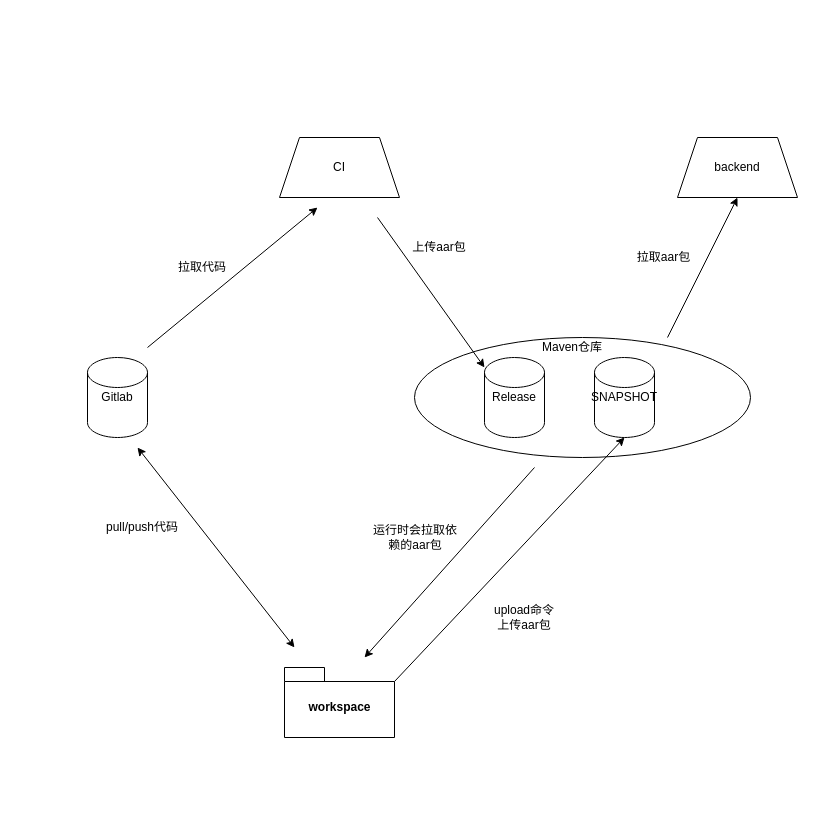
Before: Untitled Diagram.drawio in 892848153/picRepo, a draw.io diagram. Source tidied: cells renumbered, new cells numbered last; positions are measured from the earlier drawing's top-left corner, leaving out a move shared by most shapes. Both pictures are drawn from the tidied source at 100%, with x=0, y=0 at pixel (87, 137).
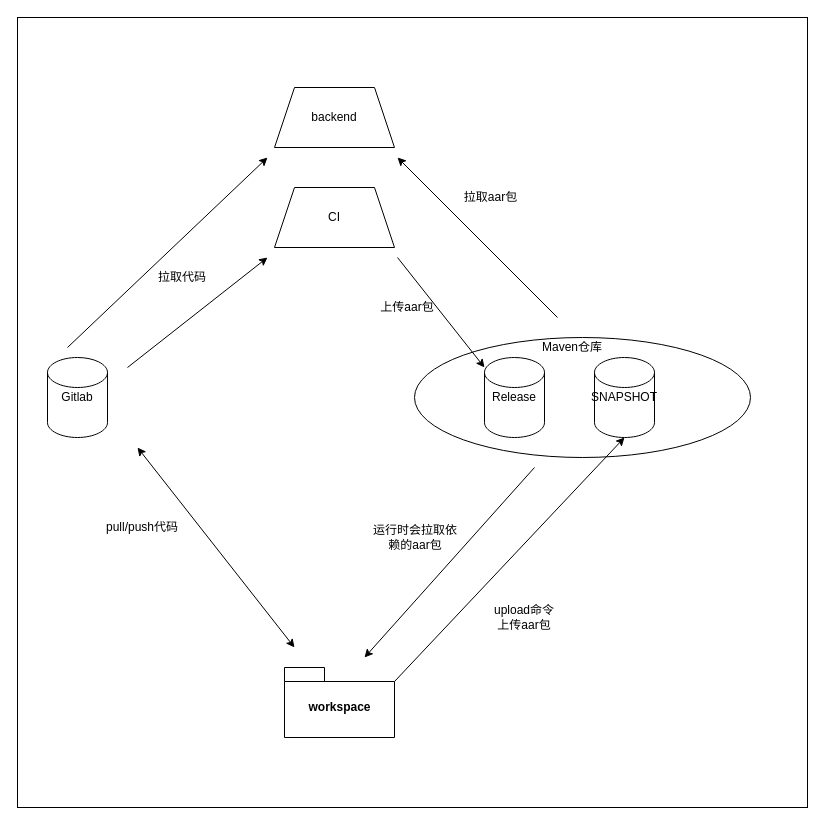
Above is the later version.

Diff of the diagram source:
```diff
@@
+    <mxCell id="22" style="whiteSpace=wrap;html=1;" parent="1" vertex="1">
+      <mxGeometry x="-70" y="-120" width="790" height="790" as="geometry" />
+    </mxCell>
@@
     <mxCell id="5" value="Gitlab" style="shape=cylinder2;whiteSpace=wrap;html=1;boundedLbl=1;backgroundOutline=1;size=15;" parent="1" vertex="1">
-      <mxGeometry y="220" width="60" height="80" as="geometry" />
+      <mxGeometry x="-40" y="220" width="60" height="80" as="geometry" />
     </mxCell>
@@
     <mxCell id="7" value="CI" style="shape=trapezoid;perimeter=trapezoidPerimeter;whiteSpace=wrap;html=1;fixedSize=1;" parent="1" vertex="1">
-      <mxGeometry x="192" width="120" height="60" as="geometry" />
+      <mxGeometry x="187" y="50" width="120" height="60" as="geometry" />
     </mxCell>
@@
     <mxCell id="13" style="endArrow=classic;html=1;" parent="1" edge="1">
       <mxGeometry relative="1" as="geometry">
-        <mxPoint x="60" y="210" as="sourcePoint" />
-        <mxPoint x="230" y="70" as="targetPoint" />
+        <mxPoint x="40" y="230" as="sourcePoint" />
+        <mxPoint x="180" y="120" as="targetPoint" />
       </mxGeometry>
     </mxCell>
     <mxCell id="14" value="拉取代码" style="text;html=1;strokeColor=none;fillColor=none;align=center;verticalAlign=middle;whiteSpace=wrap;rounded=0;" parent="1" vertex="1">
-      <mxGeometry x="80" y="120" width="70" height="20" as="geometry" />
+      <mxGeometry x="60" y="130" width="70" height="20" as="geometry" />
     </mxCell>
     <mxCell id="15" style="endArrow=classic;html=1;" parent="1" edge="1">
       <mxGeometry relative="1" as="geometry">
-        <mxPoint x="290" y="80" as="sourcePoint" />
+        <mxPoint x="310" y="120" as="sourcePoint" />
         <mxPoint x="397" y="230" as="targetPoint" />
       </mxGeometry>
     </mxCell>
     <mxCell id="16" value="上传aar包" style="text;html=1;strokeColor=none;fillColor=none;align=center;verticalAlign=middle;whiteSpace=wrap;rounded=0;" parent="1" vertex="1">
-      <mxGeometry x="312" y="100" width="80" height="20" as="geometry" />
+      <mxGeometry x="280" y="160" width="80" height="20" as="geometry" />
     </mxCell>
@@
     <mxCell id="19" value="backend" style="shape=trapezoid;perimeter=trapezoidPerimeter;whiteSpace=wrap;html=1;fixedSize=1;" parent="1" vertex="1">
-      <mxGeometry x="590" width="120" height="60" as="geometry" />
+      <mxGeometry x="187" y="-50" width="120" height="60" as="geometry" />
     </mxCell>
     <mxCell id="20" value="拉取aar包" style="text;html=1;strokeColor=none;fillColor=none;align=center;verticalAlign=middle;whiteSpace=wrap;rounded=0;" parent="1" vertex="1">
-      <mxGeometry x="540" y="110" width="73" height="20" as="geometry" />
+      <mxGeometry x="367" y="50" width="73" height="20" as="geometry" />
     </mxCell>
-    <mxCell id="21" style="endArrow=classic;html=1;entryX=0.5;entryY=1;entryDx=0;entryDy=0;" parent="1" edge="1" target="19">
+    <mxCell id="21" style="endArrow=classic;html=1;" parent="1" edge="1">
       <mxGeometry relative="1" as="geometry">
-        <mxPoint x="580" y="200" as="sourcePoint" />
+        <mxPoint x="470" y="180" as="sourcePoint" />
+        <mxPoint x="310" y="20" as="targetPoint" />
       </mxGeometry>
     </mxCell>
+    <mxCell id="23" style="endArrow=classic;html=1;" parent="1" edge="1">
+      <mxGeometry relative="1" as="geometry">
+        <mxPoint x="-20" y="210" as="sourcePoint" />
+        <mxPoint x="180" y="20" as="targetPoint" />
+      </mxGeometry>
+    </mxCell>
```
